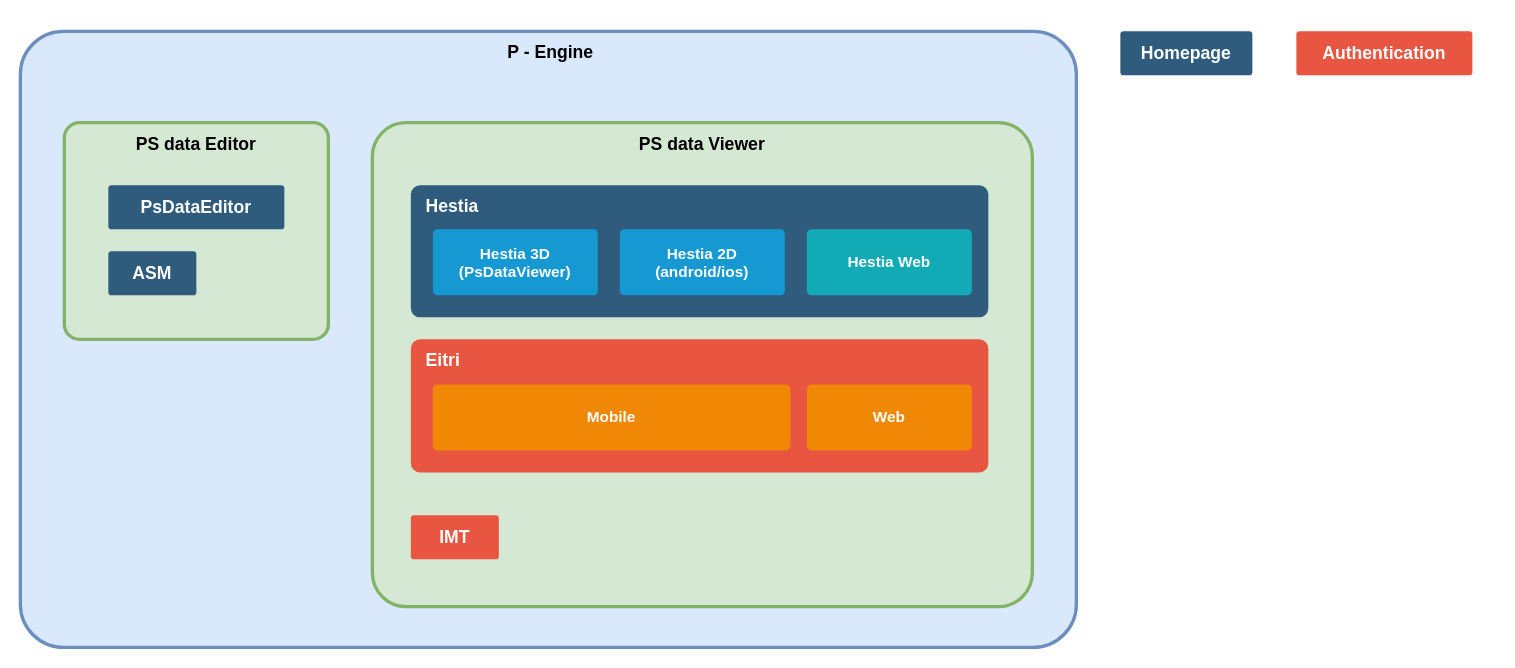
This is Products.drawio from jjunbass89/Paper, a draw.io file, before an edit. Source tidied: cells renumbered, new cells numbered last; positions are measured from the earlier drawing's top-left corner, leaving out a move shared by most shapes. Both pictures are drawn from the tidied source at 110%, with x=0, y=0 at pixel (20, 31).
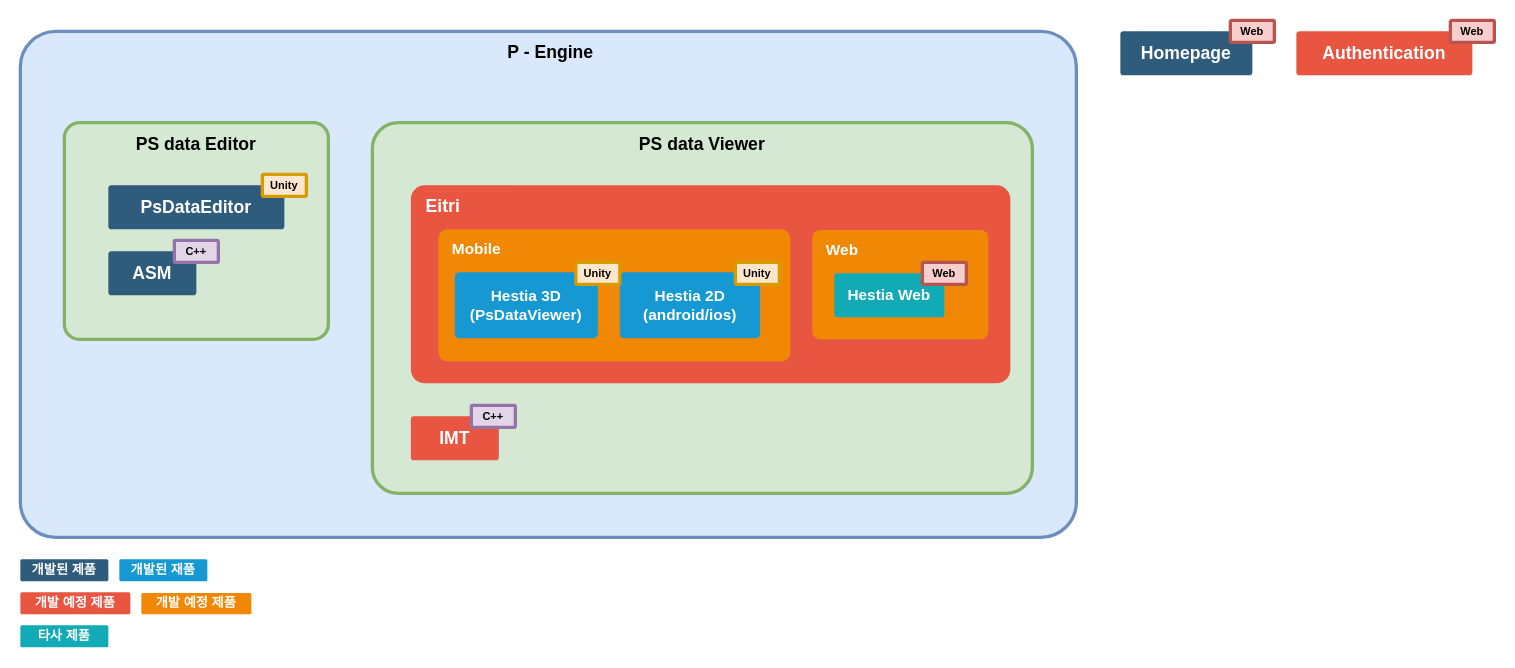
The same page after the edit.

What changed in the source:
```diff
@@
     <mxCell id="2" value="&amp;nbsp;P - Engine" style="rounded=1;whiteSpace=wrap;html=1;shadow=0;labelBackgroundColor=none;strokeColor=#6c8ebf;strokeWidth=3;fillColor=#dae8fc;fontFamily=Helvetica;fontSize=16;align=center;fontStyle=1;spacing=5;arcSize=7;perimeterSpacing=2;verticalAlign=top;" parent="1" vertex="1">
-      <mxGeometry width="960" height="560" as="geometry" />
+      <mxGeometry width="960" height="460" as="geometry" />
     </mxCell>
@@
     <mxCell id="4" value="PS data Viewer" style="rounded=1;whiteSpace=wrap;html=1;shadow=0;labelBackgroundColor=none;strokeColor=#82b366;strokeWidth=3;fillColor=#d5e8d4;fontFamily=Helvetica;fontSize=16;align=center;fontStyle=1;spacing=5;arcSize=7;perimeterSpacing=2;verticalAlign=top;" parent="1" vertex="1">
-      <mxGeometry x="320" y="83" width="600" height="440" as="geometry" />
+      <mxGeometry x="320" y="83" width="600" height="337" as="geometry" />
     </mxCell>
@@
     <mxCell id="6" value="IMT" style="rounded=1;whiteSpace=wrap;html=1;shadow=0;labelBackgroundColor=none;strokeColor=none;strokeWidth=3;fillColor=#e85642;fontFamily=Helvetica;fontSize=16;fontColor=#FFFFFF;align=center;spacing=5;fontStyle=1;arcSize=7;perimeterSpacing=2;" parent="1" vertex="1">
-      <mxGeometry x="355" y="440" width="80" height="40" as="geometry" />
+      <mxGeometry x="355" y="350" width="80" height="40" as="geometry" />
     </mxCell>
-    <mxCell id="7" value="&amp;nbsp; Hestia" style="rounded=1;whiteSpace=wrap;html=1;shadow=0;labelBackgroundColor=none;strokeColor=none;strokeWidth=3;fillColor=#2F5B7C;fontFamily=Helvetica;fontSize=16;fontColor=#FFFFFF;align=left;fontStyle=1;spacing=5;arcSize=7;perimeterSpacing=2;verticalAlign=top;" parent="1" vertex="1">
-      <mxGeometry x="355" y="140" width="525" height="120" as="geometry" />
-    </mxCell>
-    <mxCell id="8" value="Hestia 3D (PsDataViewer)" style="rounded=1;whiteSpace=wrap;html=1;shadow=0;labelBackgroundColor=none;strokeColor=none;strokeWidth=3;fillColor=#1699d3;fontFamily=Helvetica;fontSize=14;fontColor=#FFFFFF;align=center;spacing=5;fontStyle=1;arcSize=7;perimeterSpacing=2;" parent="1" vertex="1">
-      <mxGeometry x="375" y="180" width="150" height="60" as="geometry" />
-    </mxCell>
-    <mxCell id="9" value="Hestia Web" style="rounded=1;whiteSpace=wrap;html=1;shadow=0;labelBackgroundColor=none;strokeColor=none;strokeWidth=3;fillColor=#12aab5;fontFamily=Helvetica;fontSize=14;fontColor=#FFFFFF;align=center;spacing=5;fontStyle=1;arcSize=7;perimeterSpacing=2;" parent="1" vertex="1">
-      <mxGeometry x="715" y="180" width="150" height="60" as="geometry" />
-    </mxCell>
-    <mxCell id="10" value="Hestia 2D (android/ios)" style="rounded=1;whiteSpace=wrap;html=1;shadow=0;labelBackgroundColor=none;strokeColor=none;strokeWidth=3;fillColor=#1699d3;fontFamily=Helvetica;fontSize=14;fontColor=#FFFFFF;align=center;spacing=5;fontStyle=1;arcSize=7;perimeterSpacing=2;" parent="1" vertex="1">
-      <mxGeometry x="545" y="180" width="150" height="60" as="geometry" />
-    </mxCell>
     <mxCell id="11" value="&amp;nbsp; Eitri" style="rounded=1;whiteSpace=wrap;html=1;shadow=0;labelBackgroundColor=none;strokeColor=none;strokeWidth=3;fillColor=#e85642;fontFamily=Helvetica;fontSize=16;fontColor=#FFFFFF;align=left;spacing=5;fontStyle=1;arcSize=7;perimeterSpacing=2;verticalAlign=top;" parent="1" vertex="1">
-      <mxGeometry x="355" y="280" width="525" height="121" as="geometry" />
+      <mxGeometry x="355" y="140" width="545" height="180" as="geometry" />
     </mxCell>
-    <mxCell id="12" value="Mobile" style="rounded=1;whiteSpace=wrap;html=1;shadow=0;labelBackgroundColor=none;strokeColor=none;strokeWidth=3;fillColor=#F08705;fontFamily=Helvetica;fontSize=14;fontColor=#FFFFFF;align=center;spacing=5;fontStyle=1;arcSize=7;perimeterSpacing=2;" parent="1" vertex="1">
-      <mxGeometry x="375" y="321" width="325" height="60" as="geometry" />
+    <mxCell id="12" value="&amp;nbsp; Mobile" style="rounded=1;whiteSpace=wrap;html=1;shadow=0;labelBackgroundColor=none;strokeColor=none;strokeWidth=3;fillColor=#F08705;fontFamily=Helvetica;fontSize=14;fontColor=#FFFFFF;align=left;spacing=5;fontStyle=1;arcSize=7;perimeterSpacing=2;verticalAlign=top;" parent="1" vertex="1">
+      <mxGeometry x="380" y="180" width="320" height="120" as="geometry" />
     </mxCell>
-    <mxCell id="13" value="Web" style="rounded=1;whiteSpace=wrap;html=1;shadow=0;labelBackgroundColor=none;strokeColor=none;strokeWidth=3;fillColor=#F08705;fontFamily=Helvetica;fontSize=14;fontColor=#FFFFFF;align=center;spacing=5;fontStyle=1;arcSize=7;perimeterSpacing=2;" parent="1" vertex="1">
-      <mxGeometry x="715" y="321" width="150" height="60" as="geometry" />
+    <mxCell id="13" value="&amp;nbsp; Web" style="rounded=1;whiteSpace=wrap;html=1;shadow=0;labelBackgroundColor=none;strokeColor=none;strokeWidth=3;fillColor=#F08705;fontFamily=Helvetica;fontSize=14;fontColor=#FFFFFF;align=left;spacing=5;fontStyle=1;arcSize=7;perimeterSpacing=2;verticalAlign=top;" parent="1" vertex="1">
+      <mxGeometry x="720" y="180.5" width="160" height="99.5" as="geometry" />
     </mxCell>
@@
+    <mxCell id="8" value="Hestia 3D (PsDataViewer)" style="rounded=1;whiteSpace=wrap;html=1;shadow=0;labelBackgroundColor=none;strokeColor=none;strokeWidth=3;fillColor=#1699d3;fontFamily=Helvetica;fontSize=14;fontColor=#FFFFFF;align=center;spacing=5;fontStyle=1;arcSize=7;perimeterSpacing=2;" parent="1" vertex="1">
+      <mxGeometry x="395" y="219" width="130" height="60" as="geometry" />
+    </mxCell>
+    <mxCell id="9" value="Hestia Web" style="rounded=1;whiteSpace=wrap;html=1;shadow=0;labelBackgroundColor=none;strokeColor=none;strokeWidth=3;fillColor=#12aab5;fontFamily=Helvetica;fontSize=14;fontColor=#FFFFFF;align=center;spacing=5;fontStyle=1;arcSize=7;perimeterSpacing=2;" parent="1" vertex="1">
+      <mxGeometry x="740" y="220" width="100" height="40" as="geometry" />
+    </mxCell>
+    <mxCell id="10" value="Hestia 2D (android/ios)" style="rounded=1;whiteSpace=wrap;html=1;shadow=0;labelBackgroundColor=none;strokeColor=none;strokeWidth=3;fillColor=#1699d3;fontFamily=Helvetica;fontSize=14;fontColor=#FFFFFF;align=center;spacing=5;fontStyle=1;arcSize=7;perimeterSpacing=2;" parent="1" vertex="1">
+      <mxGeometry x="545" y="219" width="127.5" height="60" as="geometry" />
+    </mxCell>
+    <mxCell id="17" value="Unity" style="rounded=1;whiteSpace=wrap;html=1;shadow=0;labelBackgroundColor=none;strokeWidth=3;fontFamily=Helvetica;fontSize=10;align=center;fontStyle=1;spacing=5;arcSize=7;perimeterSpacing=2;verticalAlign=middle;fillColor=#ffe6cc;strokeColor=#d79b00;" parent="1" vertex="1">
+      <mxGeometry x="220" y="130" width="40" height="20" as="geometry" />
+    </mxCell>
+    <mxCell id="18" value="C++" style="rounded=1;whiteSpace=wrap;html=1;shadow=0;labelBackgroundColor=none;strokeWidth=3;fontFamily=Helvetica;fontSize=10;align=center;fontStyle=1;spacing=5;arcSize=7;perimeterSpacing=2;verticalAlign=middle;fillColor=#e1d5e7;strokeColor=#9673a6;" parent="1" vertex="1">
+      <mxGeometry x="140" y="190" width="40" height="20" as="geometry" />
+    </mxCell>
+    <mxCell id="19" value="Unity" style="rounded=1;whiteSpace=wrap;html=1;shadow=0;labelBackgroundColor=none;strokeWidth=3;fontFamily=Helvetica;fontSize=10;align=center;fontStyle=1;spacing=5;arcSize=7;perimeterSpacing=2;verticalAlign=middle;fillColor=#ffe6cc;strokeColor=#d79b00;" parent="1" vertex="1">
+      <mxGeometry x="505" y="210" width="40" height="20" as="geometry" />
+    </mxCell>
+    <mxCell id="20" value="Unity" style="rounded=1;whiteSpace=wrap;html=1;shadow=0;labelBackgroundColor=none;strokeWidth=3;fontFamily=Helvetica;fontSize=10;align=center;fontStyle=1;spacing=5;arcSize=7;perimeterSpacing=2;verticalAlign=middle;fillColor=#ffe6cc;strokeColor=#d79b00;" parent="1" vertex="1">
+      <mxGeometry x="650" y="210" width="40" height="20" as="geometry" />
+    </mxCell>
+    <mxCell id="21" value="C++" style="rounded=1;whiteSpace=wrap;html=1;shadow=0;labelBackgroundColor=none;strokeWidth=3;fontFamily=Helvetica;fontSize=10;align=center;fontStyle=1;spacing=5;arcSize=7;perimeterSpacing=2;verticalAlign=middle;fillColor=#e1d5e7;strokeColor=#9673a6;" parent="1" vertex="1">
+      <mxGeometry x="410" y="340" width="40" height="20" as="geometry" />
+    </mxCell>
+    <mxCell id="22" value="Web" style="rounded=1;whiteSpace=wrap;html=1;shadow=0;labelBackgroundColor=none;strokeWidth=3;fontFamily=Helvetica;fontSize=10;align=center;fontStyle=1;spacing=5;arcSize=7;perimeterSpacing=2;verticalAlign=middle;fillColor=#f8cecc;strokeColor=#b85450;" parent="1" vertex="1">
+      <mxGeometry x="820" y="210" width="40" height="20" as="geometry" />
+    </mxCell>
+    <mxCell id="23" value="Web" style="rounded=1;whiteSpace=wrap;html=1;shadow=0;labelBackgroundColor=none;strokeWidth=3;fontFamily=Helvetica;fontSize=10;align=center;fontStyle=1;spacing=5;arcSize=7;perimeterSpacing=2;verticalAlign=middle;fillColor=#f8cecc;strokeColor=#b85450;" parent="1" vertex="1">
+      <mxGeometry x="1100" y="-10" width="40" height="20" as="geometry" />
+    </mxCell>
+    <mxCell id="24" value="Web" style="rounded=1;whiteSpace=wrap;html=1;shadow=0;labelBackgroundColor=none;strokeWidth=3;fontFamily=Helvetica;fontSize=10;align=center;fontStyle=1;spacing=5;arcSize=7;perimeterSpacing=2;verticalAlign=middle;fillColor=#f8cecc;strokeColor=#b85450;" parent="1" vertex="1">
+      <mxGeometry x="1300" y="-10" width="40" height="20" as="geometry" />
+    </mxCell>
+    <mxCell id="25" value="개발된 제품" style="rounded=1;whiteSpace=wrap;html=1;shadow=0;labelBackgroundColor=none;strokeColor=none;strokeWidth=3;fillColor=#2F5B7C;fontFamily=Helvetica;fontSize=12;fontColor=#FFFFFF;align=center;fontStyle=1;spacing=5;arcSize=7;perimeterSpacing=2;" parent="1" vertex="1">
+      <mxGeometry y="480" width="80" height="20" as="geometry" />
+    </mxCell>
+    <mxCell id="26" value="개발 예정 제품" style="rounded=1;whiteSpace=wrap;html=1;shadow=0;labelBackgroundColor=none;strokeColor=none;strokeWidth=3;fillColor=#e85642;fontFamily=Helvetica;fontSize=12;fontColor=#FFFFFF;align=center;spacing=5;fontStyle=1;arcSize=7;perimeterSpacing=2;" parent="1" vertex="1">
+      <mxGeometry y="510" width="100" height="20" as="geometry" />
+    </mxCell>
+    <mxCell id="27" value="개발된 재품" style="rounded=1;whiteSpace=wrap;html=1;shadow=0;labelBackgroundColor=none;strokeColor=none;strokeWidth=3;fillColor=#1699d3;fontFamily=Helvetica;fontSize=12;fontColor=#FFFFFF;align=center;spacing=5;fontStyle=1;arcSize=7;perimeterSpacing=2;" parent="1" vertex="1">
+      <mxGeometry x="90" y="480" width="80" height="20" as="geometry" />
+    </mxCell>
+    <mxCell id="28" value="타사 제품" style="rounded=1;whiteSpace=wrap;html=1;shadow=0;labelBackgroundColor=none;strokeColor=none;strokeWidth=3;fillColor=#12aab5;fontFamily=Helvetica;fontSize=12;fontColor=#FFFFFF;align=center;spacing=5;fontStyle=1;arcSize=7;perimeterSpacing=2;" parent="1" vertex="1">
+      <mxGeometry y="540" width="80" height="20" as="geometry" />
+    </mxCell>
+    <mxCell id="29" value="개발 예정 제품" style="rounded=1;whiteSpace=wrap;html=1;shadow=0;labelBackgroundColor=none;strokeColor=none;strokeWidth=3;fillColor=#F08705;fontFamily=Helvetica;fontSize=12;fontColor=#FFFFFF;align=center;spacing=5;fontStyle=1;arcSize=7;perimeterSpacing=2;verticalAlign=middle;" parent="1" vertex="1">
+      <mxGeometry x="110" y="510.5" width="100" height="19.5" as="geometry" />
+    </mxCell>
```
